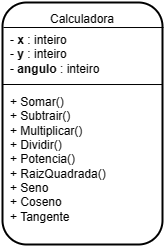
The draw.io diagram diagrama_classe_calculadora.png in victorvadl/Calculadora, before a commit. Source tidied: cells renumbered, new cells last; positions are measured from the earlier drawing's top-left corner, leaving out a move shared by most shapes.
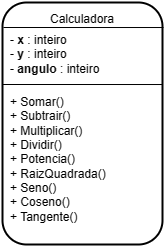
Above is the later version.

The edit, as a diff of the source:
```diff
@@ -23,7 +23,7 @@
         <mxPoint x="161" y="25" as="targetPoint" />
       </mxGeometry>
     </mxCell>
-    <mxCell id="7" value="+ Somar()&lt;br&gt;+ Subtrair()&lt;br&gt;+ Multiplicar()&lt;br&gt;+ Dividir()&lt;br&gt;+ Potencia()&lt;br&gt;+ RaizQuadrada()&lt;br&gt;+ Seno&lt;br&gt;+ Coseno&lt;br&gt;+ Tangente" style="text;html=1;strokeColor=none;fillColor=none;align=left;verticalAlign=middle;whiteSpace=wrap;rounded=0;" parent="1" vertex="1">
+    <mxCell id="7" value="+ Somar()&lt;br&gt;+ Subtrair()&lt;br&gt;+ Multiplicar()&lt;br&gt;+ Dividir()&lt;br&gt;+ Potencia()&lt;br&gt;+ RaizQuadrada()&lt;br&gt;+ Seno()&lt;br&gt;+ Coseno()&lt;br&gt;+ Tangente()" style="text;html=1;strokeColor=none;fillColor=none;align=left;verticalAlign=middle;whiteSpace=wrap;rounded=0;" parent="1" vertex="1">
       <mxGeometry x="6" y="92" width="150" height="130" as="geometry" />
     </mxCell>
   </root>
```
